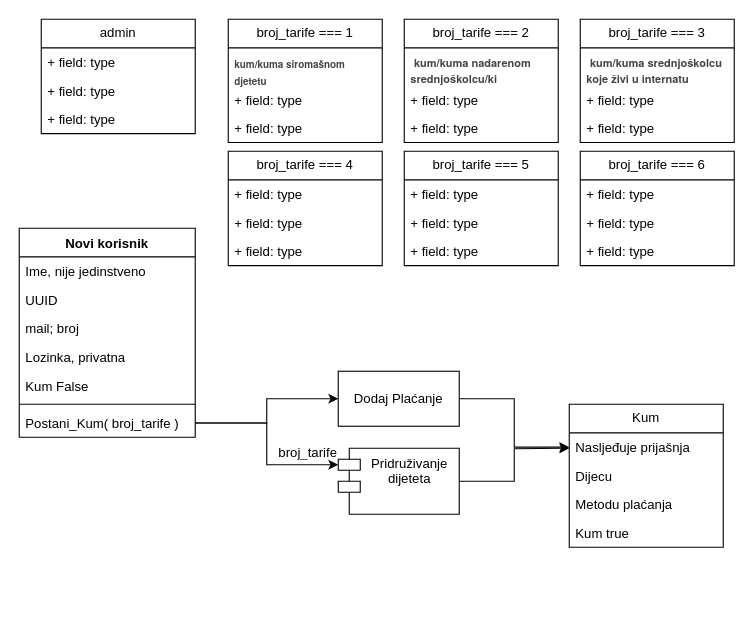
This is Untitled Diagram.drawio from Frane-Bog/Zdenac, a draw.io file, before an edit. Source tidied: cells renumbered, new cells numbered last; positions are measured from the earlier drawing's top-left corner, leaving out a move shared by most shapes. Both pictures are drawn from the tidied source at 110%, with x=0, y=0 at pixel (19, 19).
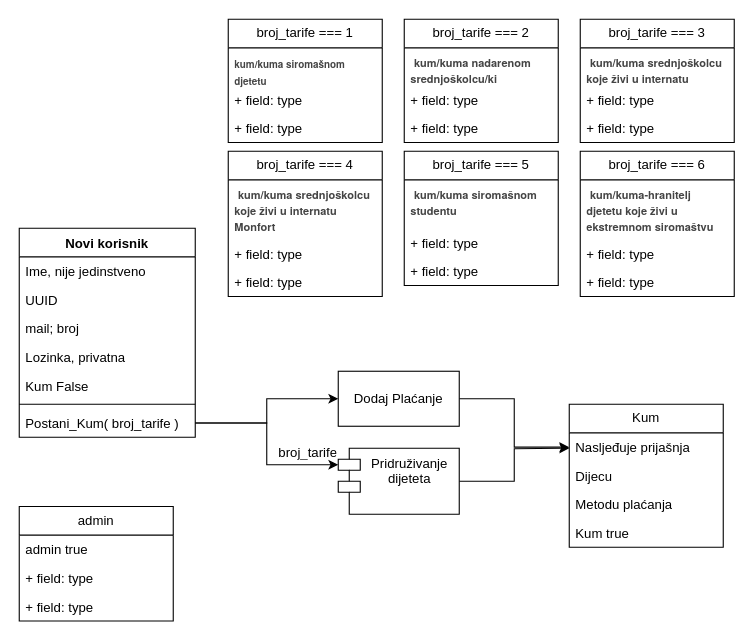
Above is the later version.

The edit, as a diff of the source:
```diff
@@
     <mxCell id="30" value="broj_tarife === 4" style="swimlane;fontStyle=0;horizontal=1;startSize=26;fillColor=none;whiteSpace=wrap;html=1;" parent="1" vertex="1">
-      <mxGeometry x="190" y="120" width="140" height="104" as="geometry" />
+      <mxGeometry x="190" y="120" width="140" height="132" as="geometry" />
     </mxCell>
-    <mxCell id="31" value="+ field: type" style="text;strokeColor=none;fillColor=none;align=left;verticalAlign=top;spacingLeft=4;spacingRight=4;overflow=hidden;whiteSpace=wrap;html=1;" parent="30" vertex="1">
-      <mxGeometry y="26" width="140" height="26" as="geometry" />
+    <mxCell id="31" value="&amp;nbsp;&lt;strong style=&quot;box-sizing: border-box; color: rgb(68, 68, 68); font-family: &amp;quot;Helvetica Neue&amp;quot;, Helvetica, Arial, sans-serif; background-color: rgb(255, 255, 255); font-size: 10px;&quot;&gt;kum/kuma srednjoškolcu koje živi u internatu Monfort&lt;/strong&gt;" style="text;strokeColor=none;fillColor=none;align=left;verticalAlign=top;spacingLeft=4;spacingRight=4;overflow=hidden;whiteSpace=wrap;html=1;" parent="30" vertex="1">
+      <mxGeometry y="26" width="140" height="54" as="geometry" />
     </mxCell>
     <mxCell id="32" value="+ field: type" style="text;strokeColor=none;fillColor=none;align=left;verticalAlign=top;spacingLeft=4;spacingRight=4;overflow=hidden;whiteSpace=wrap;html=1;" parent="30" vertex="1">
-      <mxGeometry y="52" width="140" height="26" as="geometry" />
+      <mxGeometry y="80" width="140" height="26" as="geometry" />
     </mxCell>
     <mxCell id="33" value="+ field: type" style="text;strokeColor=none;fillColor=none;align=left;verticalAlign=top;spacingLeft=4;spacingRight=4;overflow=hidden;whiteSpace=wrap;html=1;" parent="30" vertex="1">
-      <mxGeometry y="78" width="140" height="26" as="geometry" />
+      <mxGeometry y="106" width="140" height="26" as="geometry" />
     </mxCell>
     <mxCell id="34" value="broj_tarife === 5" style="swimlane;fontStyle=0;horizontal=1;startSize=26;fillColor=none;whiteSpace=wrap;html=1;" parent="1" vertex="1">
-      <mxGeometry x="350" y="120" width="140" height="104" as="geometry" />
+      <mxGeometry x="350" y="120" width="140" height="122" as="geometry" />
     </mxCell>
-    <mxCell id="35" value="+ field: type" style="text;strokeColor=none;fillColor=none;align=left;verticalAlign=top;spacingLeft=4;spacingRight=4;overflow=hidden;whiteSpace=wrap;html=1;" parent="34" vertex="1">
-      <mxGeometry y="26" width="140" height="26" as="geometry" />
+    <mxCell id="35" value="&amp;nbsp;&lt;strong style=&quot;box-sizing: border-box; color: rgb(68, 68, 68); font-family: &amp;quot;Helvetica Neue&amp;quot;, Helvetica, Arial, sans-serif; background-color: rgb(255, 255, 255); font-size: 10px;&quot;&gt;kum/kuma siromašnom studentu&lt;/strong&gt;" style="text;strokeColor=none;fillColor=none;align=left;verticalAlign=top;spacingLeft=4;spacingRight=4;overflow=hidden;whiteSpace=wrap;html=1;" parent="34" vertex="1">
+      <mxGeometry y="26" width="140" height="44" as="geometry" />
     </mxCell>
     <mxCell id="36" value="+ field: type" style="text;strokeColor=none;fillColor=none;align=left;verticalAlign=top;spacingLeft=4;spacingRight=4;overflow=hidden;whiteSpace=wrap;html=1;" parent="34" vertex="1">
-      <mxGeometry y="52" width="140" height="26" as="geometry" />
+      <mxGeometry y="70" width="140" height="26" as="geometry" />
     </mxCell>
     <mxCell id="37" value="+ field: type" style="text;strokeColor=none;fillColor=none;align=left;verticalAlign=top;spacingLeft=4;spacingRight=4;overflow=hidden;whiteSpace=wrap;html=1;" parent="34" vertex="1">
-      <mxGeometry y="78" width="140" height="26" as="geometry" />
+      <mxGeometry y="96" width="140" height="26" as="geometry" />
     </mxCell>
     <mxCell id="38" value="broj_tarife === 6" style="swimlane;fontStyle=0;horizontal=1;startSize=26;fillColor=none;whiteSpace=wrap;html=1;" parent="1" vertex="1">
-      <mxGeometry x="510" y="120" width="140" height="104" as="geometry" />
+      <mxGeometry x="510" y="120" width="140" height="132" as="geometry" />
     </mxCell>
-    <mxCell id="39" value="+ field: type" style="text;strokeColor=none;fillColor=none;align=left;verticalAlign=top;spacingLeft=4;spacingRight=4;overflow=hidden;whiteSpace=wrap;html=1;" parent="38" vertex="1">
-      <mxGeometry y="26" width="140" height="26" as="geometry" />
+    <mxCell id="39" value="&amp;nbsp;&lt;strong style=&quot;box-sizing: border-box; color: rgb(68, 68, 68); font-family: &amp;quot;Helvetica Neue&amp;quot;, Helvetica, Arial, sans-serif; background-color: rgb(255, 255, 255); font-size: 10px;&quot;&gt;kum/kuma-hranitelj djetetu koje živi u ekstremnom siromaštvu&lt;/strong&gt;" style="text;strokeColor=none;fillColor=none;align=left;verticalAlign=top;spacingLeft=4;spacingRight=4;overflow=hidden;whiteSpace=wrap;html=1;" parent="38" vertex="1">
+      <mxGeometry y="26" width="140" height="54" as="geometry" />
     </mxCell>
     <mxCell id="40" value="+ field: type" style="text;strokeColor=none;fillColor=none;align=left;verticalAlign=top;spacingLeft=4;spacingRight=4;overflow=hidden;whiteSpace=wrap;html=1;" parent="38" vertex="1">
-      <mxGeometry y="52" width="140" height="26" as="geometry" />
+      <mxGeometry y="80" width="140" height="26" as="geometry" />
     </mxCell>
     <mxCell id="41" value="+ field: type" style="text;strokeColor=none;fillColor=none;align=left;verticalAlign=top;spacingLeft=4;spacingRight=4;overflow=hidden;whiteSpace=wrap;html=1;" parent="38" vertex="1">
-      <mxGeometry y="78" width="140" height="26" as="geometry" />
+      <mxGeometry y="106" width="140" height="26" as="geometry" />
     </mxCell>
@@
     <mxCell id="46" value="admin" style="swimlane;fontStyle=0;horizontal=1;startSize=26;fillColor=none;whiteSpace=wrap;html=1;" parent="1" vertex="1">
-      <mxGeometry x="20" width="140" height="104" as="geometry" />
+      <mxGeometry y="443" width="140" height="104" as="geometry" />
     </mxCell>
-    <mxCell id="47" value="+ field: type" style="text;strokeColor=none;fillColor=none;align=left;verticalAlign=top;spacingLeft=4;spacingRight=4;overflow=hidden;whiteSpace=wrap;html=1;" parent="46" vertex="1">
+    <mxCell id="47" value="admin true" style="text;strokeColor=none;fillColor=none;align=left;verticalAlign=top;spacingLeft=4;spacingRight=4;overflow=hidden;whiteSpace=wrap;html=1;" parent="46" vertex="1">
       <mxGeometry y="26" width="140" height="26" as="geometry" />
     </mxCell>
```
